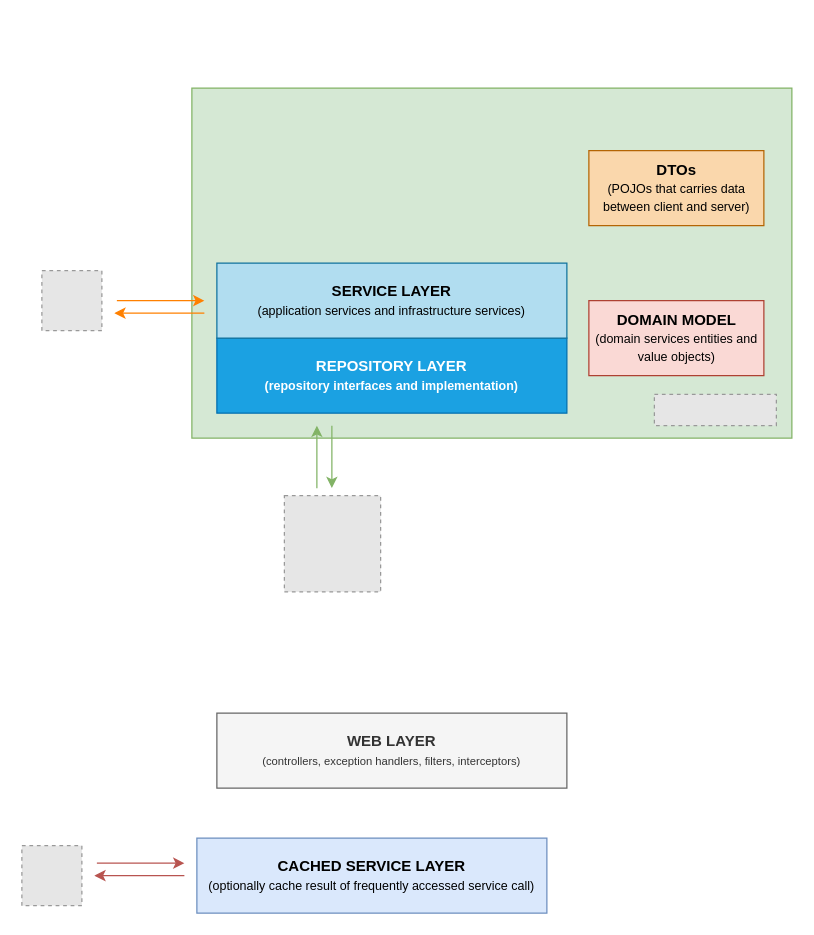
eportfolio-tech/server keeps this draw.io diagram as diagram/architecture-diagram.drawio. Above is the earlier version. Source tidied: cells renumbered, new cells numbered last; positions are measured from the earlier drawing's top-left corner, leaving out a move shared by most shapes. Both pictures are drawn from the tidied source at 125%, with x=0, y=0 at pixel (21, 88). Pictures stored in the file or linked from it are replaced by grey dashed boxes.
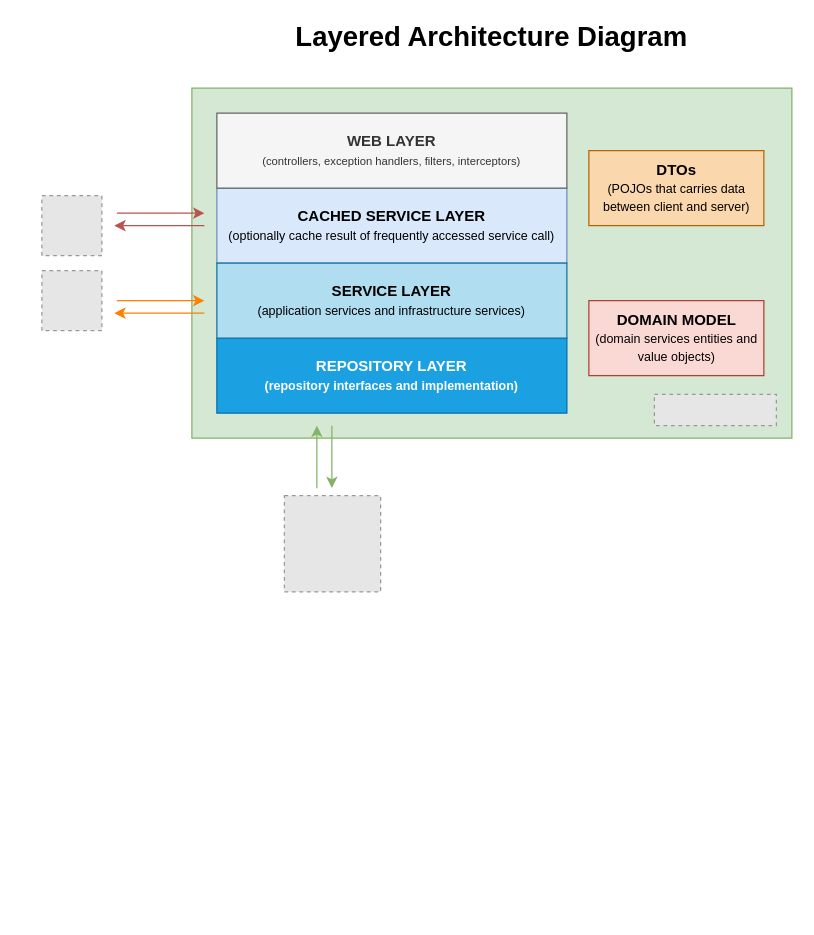
The same diagram, later.

Change to the diagram source:
```diff
@@
     <mxCell id="3" value="&lt;b&gt;CACHED SERVICE LAYER&lt;/b&gt;&lt;br&gt;&lt;font style=&quot;font-size: 10px&quot;&gt;(optionally cache result of frequently accessed service call)&lt;/font&gt;" style="rounded=0;whiteSpace=wrap;html=1;fillColor=#dae8fc;strokeColor=#6c8ebf;" parent="1" vertex="1">
-      <mxGeometry x="140" y="600" width="280" height="60" as="geometry" />
+      <mxGeometry x="156" y="80" width="280" height="60" as="geometry" />
     </mxCell>
@@
     <mxCell id="5" value="&lt;b&gt;WEB LAYER&lt;/b&gt;&lt;br&gt;&lt;font style=&quot;font-size: 9px&quot;&gt;(controllers, exception handlers, filters, interceptors)&lt;/font&gt;" style="whiteSpace=wrap;html=1;fillColor=#f5f5f5;strokeColor=#666666;fontColor=#333333;" parent="1" vertex="1">
-      <mxGeometry x="156" y="500" width="280" height="60" as="geometry" />
+      <mxGeometry x="156" y="20" width="280" height="60" as="geometry" />
     </mxCell>
@@
     <mxCell id="10" style="fillColor=#E6E6E6;strokeColor=#999999;dashed=1;verticalLabelPosition=bottom;verticalAlign=top;" parent="1" vertex="1">
-      <mxGeometry y="606" width="48" height="48" as="geometry" />
+      <mxGeometry x="16" y="86" width="48" height="48" as="geometry" />
     </mxCell>
@@
     <mxCell id="12" style="endArrow=classic;html=1;fillColor=#f8cecc;strokeColor=#b85450;" parent="1" edge="1">
       <mxGeometry relative="1" as="geometry">
-        <mxPoint x="60" y="620" as="sourcePoint" />
-        <mxPoint x="130" y="620" as="targetPoint" />
+        <mxPoint x="76" y="100" as="sourcePoint" />
+        <mxPoint x="146" y="100" as="targetPoint" />
       </mxGeometry>
     </mxCell>
     <mxCell id="13" style="endArrow=classic;html=1;fillColor=#f8cecc;strokeColor=#b85450;" parent="1" edge="1">
       <mxGeometry relative="1" as="geometry">
-        <mxPoint x="130" y="630" as="sourcePoint" />
-        <mxPoint x="58" y="630" as="targetPoint" />
+        <mxPoint x="146" y="110" as="sourcePoint" />
+        <mxPoint x="74" y="110" as="targetPoint" />
       </mxGeometry>
     </mxCell>
@@
+    <mxCell id="19" value="&lt;font style=&quot;font-size: 22px&quot;&gt;&lt;b&gt;Layered Architecture Diagram&lt;/b&gt;&lt;/font&gt;" style="text;html=1;strokeColor=none;fillColor=none;align=center;verticalAlign=middle;whiteSpace=wrap;rounded=0;" parent="1" vertex="1">
+      <mxGeometry x="216" y="-50" width="320" height="20" as="geometry" />
+    </mxCell>
```
